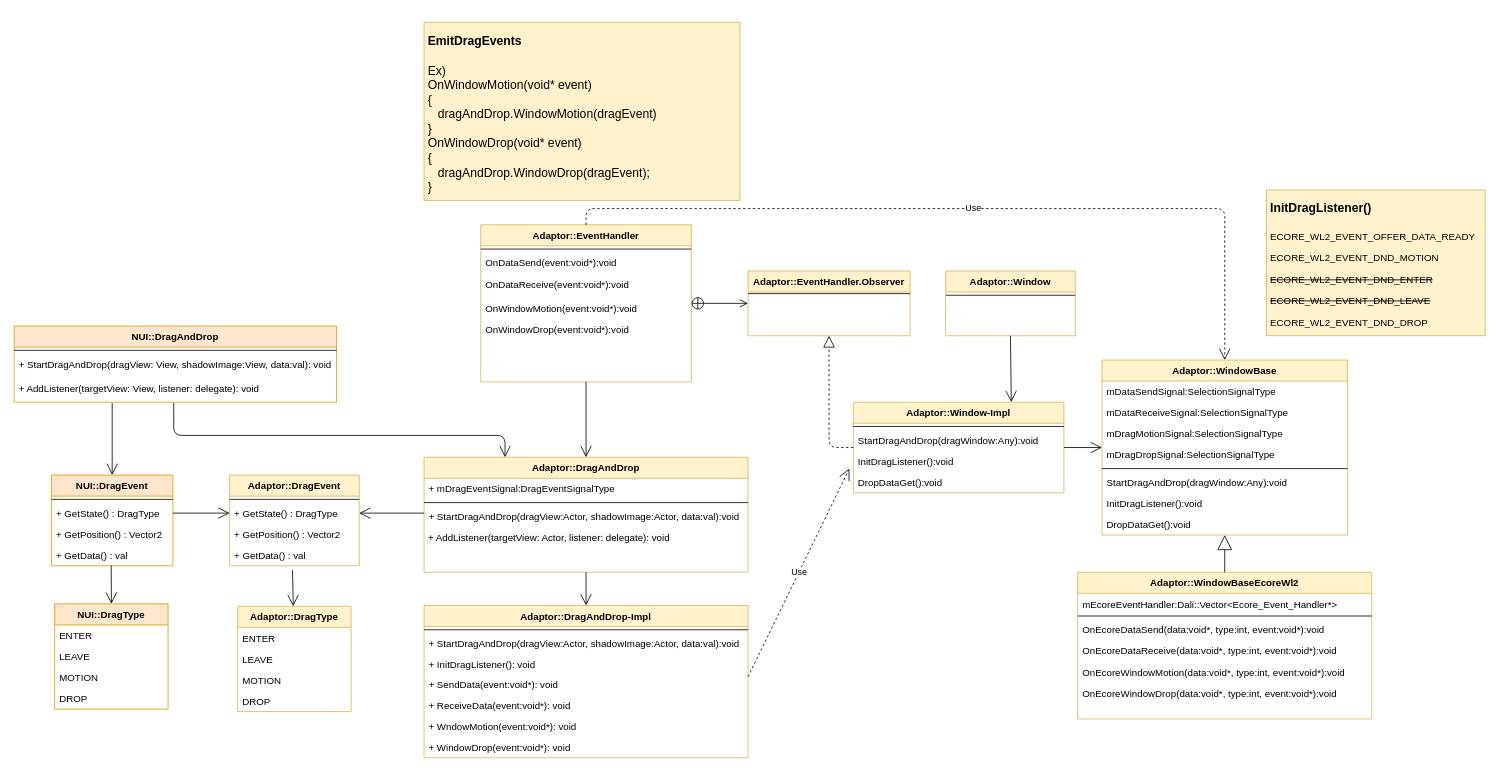
Above: page "Page-4" (4 of 10) of Untitled Diagram.drawio in taehyub/drawio (draw.io), before the change. Source tidied: cells renumbered, new cells numbered last; positions are measured from the earlier drawing's top-left corner, leaving out a move shared by most shapes. Both pictures are drawn from the tidied source at 81%, with x=0, y=0 at pixel (14, 22).
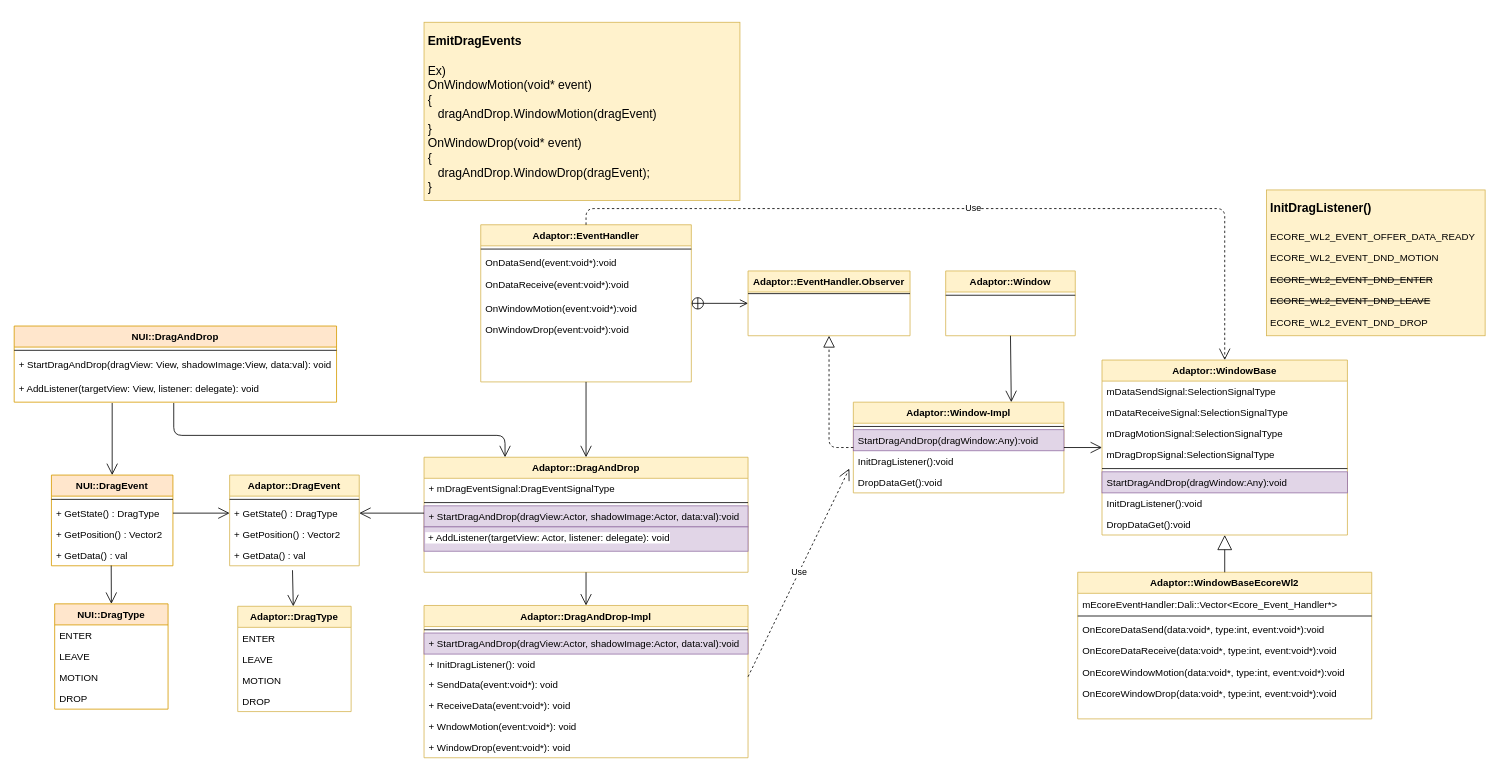
Above is the later version.

The change refers to these unchanged cells:
```xml
<mxCell id="6" value="Adaptor::DragAndDrop" style="swimlane;fontStyle=1;align=center;verticalAlign=top;horizontal=1;startSize=26;rounded=0;shadow=0;strokeWidth=1;fillColor=#fff2cc;strokeColor=#d6b656;fontColor=default;" parent="1" vertex="1">
  <mxGeometry x="506" y="537" width="400" height="142" as="geometry" />
</mxCell>
<mxCell id="11" value="Adaptor::DragAndDrop-Impl" style="swimlane;fontStyle=1;align=center;verticalAlign=top;horizontal=1;startSize=26;rounded=0;shadow=0;strokeWidth=1;fillColor=#fff2cc;strokeColor=#d6b656;" parent="1" vertex="1">
  <mxGeometry x="506" y="720" width="400" height="188" as="geometry" />
</mxCell>
<mxCell id="19" value="Adaptor::WindowBase" style="swimlane;fontStyle=1;align=center;verticalAlign=top;horizontal=1;startSize=26;rounded=0;shadow=0;strokeWidth=1;fillColor=#fff2cc;strokeColor=#d6b656;" parent="1" vertex="1">
  <mxGeometry x="1343" y="417" width="303" height="216" as="geometry" />
</mxCell>
<mxCell id="37" value="Adaptor::Window-Impl&#10;" style="swimlane;fontStyle=1;align=center;verticalAlign=top;horizontal=1;startSize=26;rounded=0;shadow=0;strokeWidth=1;fillColor=#fff2cc;strokeColor=#d6b656;" parent="1" vertex="1">
  <mxGeometry x="1036" y="469" width="260" height="112" as="geometry" />
</mxCell>
```

What changed in the source:
```diff
@@
-    <mxCell id="9" value="+ StartDragAndDrop(dragView:Actor, shadowImage:Actor, data:val):void" style="text;strokeColor=none;fillColor=none;align=left;verticalAlign=top;spacingLeft=4;spacingRight=4;overflow=hidden;hachureGap=4;" parent="6" vertex="1">
+    <mxCell id="9" value="+ StartDragAndDrop(dragView:Actor, shadowImage:Actor, data:val):void" style="text;strokeColor=#9673a6;fillColor=#e1d5e7;align=left;verticalAlign=top;spacingLeft=4;spacingRight=4;overflow=hidden;hachureGap=4;fontColor=default;" parent="6" vertex="1">
       <mxGeometry y="60" width="400" height="26" as="geometry" />
     </mxCell>
-    <mxCell id="10" value="&lt;span style=&quot;color: rgb(0 , 0 , 0) ; font-family: &amp;#34;helvetica&amp;#34; ; font-size: 12px ; font-style: normal ; font-weight: 400 ; letter-spacing: normal ; text-align: left ; text-indent: 0px ; text-transform: none ; word-spacing: 0px ; background-color: rgb(248 , 249 , 250) ; display: inline ; float: none&quot;&gt;&amp;nbsp;+ AddListener(targetView: Actor, listener: delegate): void&lt;/span&gt;" style="text;whiteSpace=wrap;html=1;" parent="6" vertex="1">
+    <mxCell id="10" value="&lt;span style=&quot;background-color: rgb(255 , 255 , 255)&quot;&gt;&lt;span style=&quot;font-family: &amp;#34;helvetica&amp;#34; ; font-size: 12px ; font-style: normal ; font-weight: 400 ; letter-spacing: normal ; text-align: left ; text-indent: 0px ; text-transform: none ; word-spacing: 0px ; display: inline ; float: none&quot;&gt;&amp;nbsp;+ AddListener(targetView: Actor, listener: delegate): void&lt;/span&gt;&lt;/span&gt;" style="text;whiteSpace=wrap;html=1;fillColor=#e1d5e7;strokeColor=#9673a6;fontColor=default;" parent="6" vertex="1">
       <mxGeometry y="86" width="400" height="30" as="geometry" />
     </mxCell>
@@
-    <mxCell id="13" value="+ StartDragAndDrop(dragView:Actor, shadowImage:Actor, data:val):void" style="text;strokeColor=none;fillColor=none;align=left;verticalAlign=top;spacingLeft=4;spacingRight=4;overflow=hidden;hachureGap=4;" parent="11" vertex="1">
+    <mxCell id="13" value="+ StartDragAndDrop(dragView:Actor, shadowImage:Actor, data:val):void" style="text;strokeColor=#9673a6;fillColor=#e1d5e7;align=left;verticalAlign=top;spacingLeft=4;spacingRight=4;overflow=hidden;hachureGap=4;fontColor=default;" parent="11" vertex="1">
       <mxGeometry y="34" width="400" height="26" as="geometry" />
     </mxCell>
@@
-    <mxCell id="22" value="mDragMotionSignal:SelectionSignalType" style="text;strokeColor=none;fillColor=none;align=left;verticalAlign=top;spacingLeft=4;spacingRight=4;overflow=hidden;hachureGap=4;" parent="19" vertex="1">
+    <mxCell id="22" value="mDragMotionSignal:SelectionSignalType" style="text;strokeColor=none;fillColor=none;align=left;verticalAlign=top;spacingLeft=4;spacingRight=4;overflow=hidden;hachureGap=4;fontColor=default;" parent="19" vertex="1">
       <mxGeometry y="78" width="303" height="26" as="geometry" />
     </mxCell>
@@
-    <mxCell id="25" value="StartDragAndDrop(dragWindow:Any):void" style="text;strokeColor=none;fillColor=none;align=left;verticalAlign=top;spacingLeft=4;spacingRight=4;overflow=hidden;hachureGap=4;" parent="19" vertex="1">
+    <mxCell id="25" value="StartDragAndDrop(dragWindow:Any):void" style="text;strokeColor=#9673a6;fillColor=#e1d5e7;align=left;verticalAlign=top;spacingLeft=4;spacingRight=4;overflow=hidden;hachureGap=4;fontColor=default;" parent="19" vertex="1">
       <mxGeometry y="138" width="303" height="26" as="geometry" />
     </mxCell>
@@
-    <mxCell id="39" value="StartDragAndDrop(dragWindow:Any):void" style="text;strokeColor=none;fillColor=none;align=left;verticalAlign=top;spacingLeft=4;spacingRight=4;overflow=hidden;hachureGap=4;" parent="37" vertex="1">
+    <mxCell id="39" value="StartDragAndDrop(dragWindow:Any):void" style="text;align=left;verticalAlign=top;spacingLeft=4;spacingRight=4;overflow=hidden;hachureGap=4;fillColor=#e1d5e7;strokeColor=#9673a6;fontColor=default;" parent="37" vertex="1">
       <mxGeometry y="34" width="260" height="26" as="geometry" />
     </mxCell>
```
